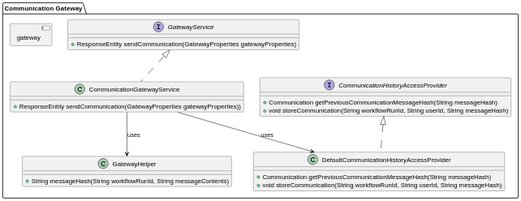
The PlantUML diagram Designs/Images/System Context/Components/GatewayInterfacesDefaultCommunicationAccessProvider.svg in CameronWard301/communication_scheduler, before a commit.
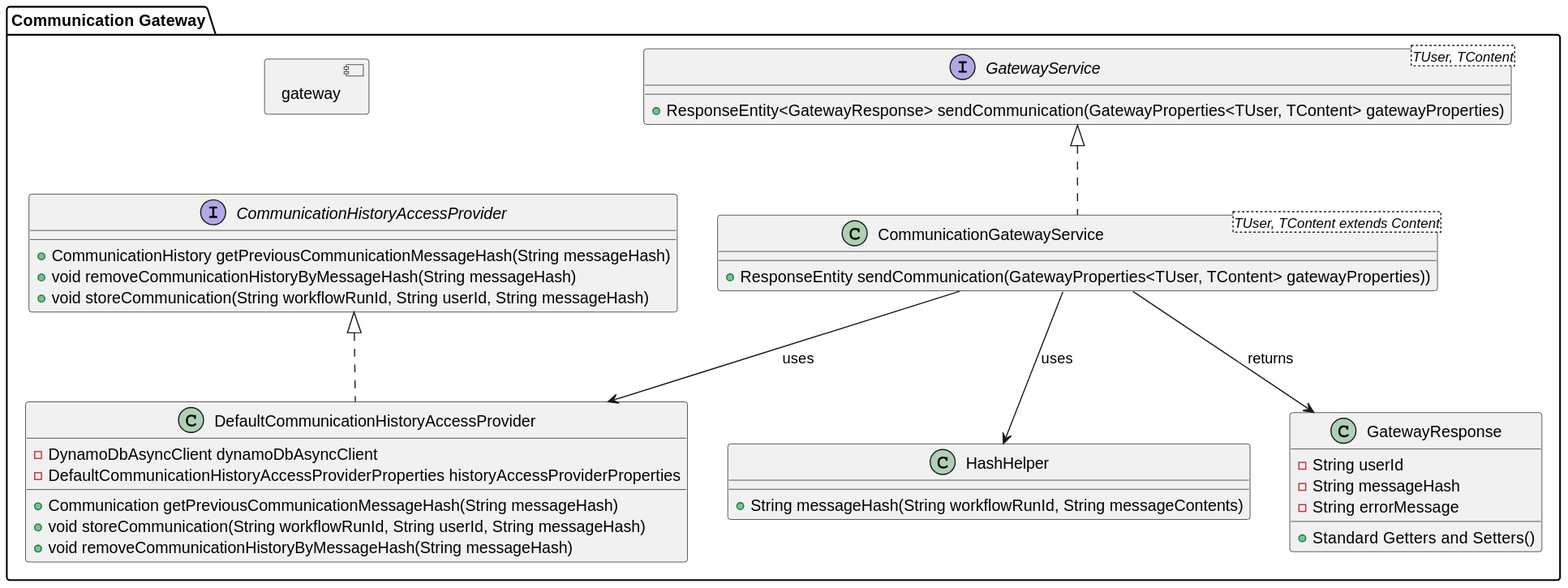
After the commit.

Change to the diagram source:
```diff
@@ -5,36 +5,42 @@
     }
 
 
-    class GatewayHelper {
+    class HashHelper {
         + String messageHash(String workflowRunId, String messageContents)
     }
 
     interface CommunicationHistoryAccessProvider {
-        + Communication getPreviousCommunicationMessageHash(String messageHash)
+        + CommunicationHistory getPreviousCommunicationMessageHash(String messageHash)
+        + void removeCommunicationHistoryByMessageHash(String messageHash)
         + void storeCommunication(String workflowRunId, String userId, String messageHash)
     }
 
     class DefaultCommunicationHistoryAccessProvider implements CommunicationHistoryAccessProvider {
+        - DynamoDbAsyncClient dynamoDbAsyncClient
+        - DefaultCommunicationHistoryAccessProviderProperties historyAccessProviderProperties
         + Communication getPreviousCommunicationMessageHash(String messageHash)
         + void storeCommunication(String workflowRunId, String userId, String messageHash)
+        + void removeCommunicationHistoryByMessageHash(String messageHash)
+    }
+
+    interface GatewayService <TUser, TContent>{
+        + ResponseEntity<GatewayResponse> sendCommunication(GatewayProperties<TUser, TContent> gatewayProperties)
+    }
+
+    class GatewayResponse {
+        - String userId
+        - String messageHash
+        - String errorMessage
+        + Standard Getters and Setters()
+    }
+
+    class CommunicationGatewayService<TUser, TContent extends Content> implements GatewayService {
+        + ResponseEntity sendCommunication(GatewayProperties<TUser, TContent> gatewayProperties))
     }
 
 
-
-
-
-    interface GatewayService {
-        + ResponseEntity sendCommunication(GatewayProperties gatewayProperties)
-    }
-
-    class CommunicationGatewayService implements GatewayService{
-        + ResponseEntity sendCommunication(GatewayProperties gatewayProperties))
-    }
-
-
-
-
     CommunicationGatewayService --> DefaultCommunicationHistoryAccessProvider: uses
-    CommunicationGatewayService --> GatewayHelper: uses
+    CommunicationGatewayService --> HashHelper: uses
+    CommunicationGatewayService --> GatewayResponse: returns
 }
 @enduml
```
